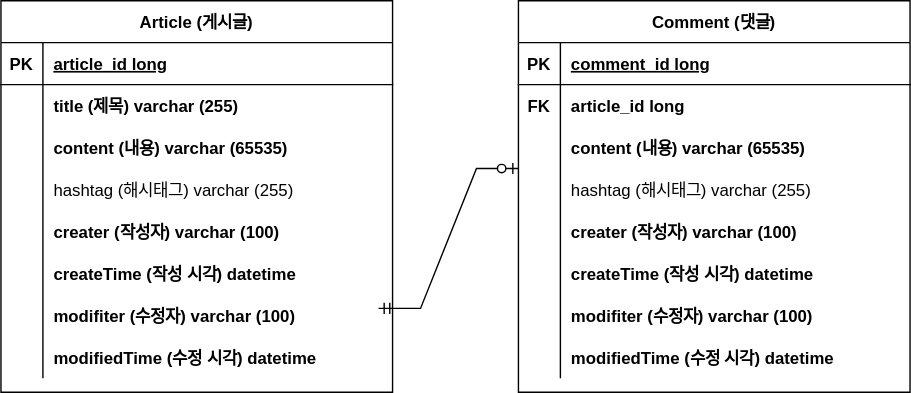
GuardJo/simple-board-project keeps this draw.io diagram as documents/ERD/simple_board_erd.svg. Above is the earlier version. Source tidied: cells renumbered, new cells last; positions are measured from the earlier drawing's top-left corner, leaving out a move shared by most shapes. Source of this version:
```xml
<mxGraphModel>
  <root>
    <mxCell id="0" />
    <mxCell id="1" parent="0" />
    <mxCell id="2" value="Article (게시글)" style="shape=table;startSize=30;rowLines=0;fontStyle=1;align=center;" parent="1" vertex="1">
      <mxGeometry width="280" height="280" as="geometry" />
    </mxCell>
    <mxCell id="3" style="shape=tableRow;horizontal=0;startSize=0;swimlaneHead=0;swimlaneBody=0;fillColor=none;top=0;left=0;right=0;bottom=1;" parent="2" vertex="1">
      <mxGeometry y="30" width="280" height="30" as="geometry" />
    </mxCell>
    <mxCell id="4" value="PK" style="shape=partialRectangle;fillColor=none;top=0;left=0;bottom=0;right=0;fontStyle=1;overflow=hidden;" parent="3" vertex="1">
      <mxGeometry width="30" height="30" as="geometry" />
    </mxCell>
    <mxCell id="5" value="article_id long" style="shape=partialRectangle;fillColor=none;top=0;left=0;bottom=0;right=0;align=left;spacingLeft=6;fontStyle=5;overflow=hidden;" parent="3" vertex="1">
      <mxGeometry x="30" width="250" height="30" as="geometry" />
    </mxCell>
    <mxCell id="6" style="shape=tableRow;horizontal=0;startSize=0;swimlaneHead=0;swimlaneBody=0;fillColor=none;top=0;left=0;right=0;bottom=0;" parent="2" vertex="1">
      <mxGeometry y="60" width="280" height="30" as="geometry" />
    </mxCell>
    <mxCell id="7" style="shape=partialRectangle;fillColor=none;top=0;left=0;bottom=0;right=0;overflow=hidden;" parent="6" vertex="1">
      <mxGeometry width="30" height="30" as="geometry" />
    </mxCell>
    <mxCell id="8" value="title (제목) varchar (255)" style="shape=partialRectangle;fillColor=none;top=0;left=0;bottom=0;right=0;align=left;spacingLeft=6;overflow=hidden;fontStyle=1;" parent="6" vertex="1">
      <mxGeometry x="30" width="250" height="30" as="geometry" />
    </mxCell>
    <mxCell id="9" style="shape=tableRow;horizontal=0;startSize=0;swimlaneHead=0;swimlaneBody=0;fillColor=none;top=0;left=0;right=0;bottom=0;" parent="2" vertex="1">
      <mxGeometry y="90" width="280" height="30" as="geometry" />
    </mxCell>
    <mxCell id="10" style="shape=partialRectangle;fillColor=none;top=0;left=0;bottom=0;right=0;overflow=hidden;" parent="9" vertex="1">
      <mxGeometry width="30" height="30" as="geometry" />
    </mxCell>
    <mxCell id="11" value="content (내용) varchar (65535)" style="shape=partialRectangle;fillColor=none;top=0;left=0;bottom=0;right=0;align=left;spacingLeft=6;overflow=hidden;fontStyle=1;" parent="9" vertex="1">
      <mxGeometry x="30" width="250" height="30" as="geometry" />
    </mxCell>
    <mxCell id="12" style="shape=tableRow;horizontal=0;startSize=0;swimlaneHead=0;swimlaneBody=0;fillColor=none;top=0;left=0;right=0;bottom=0;" parent="2" vertex="1">
      <mxGeometry y="120" width="280" height="30" as="geometry" />
    </mxCell>
    <mxCell id="13" style="shape=partialRectangle;fillColor=none;top=0;left=0;bottom=0;right=0;overflow=hidden;" parent="12" vertex="1">
      <mxGeometry width="30" height="30" as="geometry" />
    </mxCell>
    <mxCell id="14" value="hashtag (해시태그) varchar (255)" style="shape=partialRectangle;fillColor=none;top=0;left=0;bottom=0;right=0;align=left;spacingLeft=6;overflow=hidden;" parent="12" vertex="1">
      <mxGeometry x="30" width="250" height="30" as="geometry" />
    </mxCell>
    <mxCell id="15" style="shape=tableRow;horizontal=0;startSize=0;swimlaneHead=0;swimlaneBody=0;fillColor=none;top=0;left=0;right=0;bottom=0;" parent="2" vertex="1">
      <mxGeometry y="150" width="280" height="30" as="geometry" />
    </mxCell>
    <mxCell id="16" style="shape=partialRectangle;fillColor=none;top=0;left=0;bottom=0;right=0;overflow=hidden;" parent="15" vertex="1">
      <mxGeometry width="30" height="30" as="geometry" />
    </mxCell>
    <mxCell id="17" value="creater (작성자) varchar (100)" style="shape=partialRectangle;fillColor=none;top=0;left=0;bottom=0;right=0;align=left;spacingLeft=6;overflow=hidden;fontStyle=1;" parent="15" vertex="1">
      <mxGeometry x="30" width="250" height="30" as="geometry" />
    </mxCell>
    <mxCell id="18" style="shape=tableRow;horizontal=0;startSize=0;swimlaneHead=0;swimlaneBody=0;fillColor=none;top=0;left=0;right=0;bottom=0;" parent="2" vertex="1">
      <mxGeometry y="180" width="280" height="30" as="geometry" />
    </mxCell>
    <mxCell id="19" style="shape=partialRectangle;fillColor=none;top=0;left=0;bottom=0;right=0;overflow=hidden;" parent="18" vertex="1">
      <mxGeometry width="30" height="30" as="geometry" />
    </mxCell>
    <mxCell id="20" value="createTime (작성 시각) datetime" style="shape=partialRectangle;fillColor=none;top=0;left=0;bottom=0;right=0;align=left;spacingLeft=6;overflow=hidden;fontStyle=1;" parent="18" vertex="1">
      <mxGeometry x="30" width="250" height="30" as="geometry" />
    </mxCell>
    <mxCell id="21" style="shape=tableRow;horizontal=0;startSize=0;swimlaneHead=0;swimlaneBody=0;fillColor=none;top=0;left=0;right=0;bottom=0;" parent="2" vertex="1">
      <mxGeometry y="210" width="280" height="30" as="geometry" />
    </mxCell>
    <mxCell id="22" style="shape=partialRectangle;fillColor=none;top=0;left=0;bottom=0;right=0;overflow=hidden;" parent="21" vertex="1">
      <mxGeometry width="30" height="30" as="geometry" />
    </mxCell>
    <mxCell id="23" value="modifiter (수정자) varchar (100)" style="shape=partialRectangle;fillColor=none;top=0;left=0;bottom=0;right=0;align=left;spacingLeft=6;overflow=hidden;fontStyle=1;" parent="21" vertex="1">
      <mxGeometry x="30" width="250" height="30" as="geometry" />
    </mxCell>
    <mxCell id="24" style="shape=tableRow;horizontal=0;startSize=0;swimlaneHead=0;swimlaneBody=0;fillColor=none;top=0;left=0;right=0;bottom=0;" parent="2" vertex="1">
      <mxGeometry y="240" width="280" height="30" as="geometry" />
    </mxCell>
    <mxCell id="25" style="shape=partialRectangle;fillColor=none;top=0;left=0;bottom=0;right=0;overflow=hidden;" parent="24" vertex="1">
      <mxGeometry width="30" height="30" as="geometry" />
    </mxCell>
    <mxCell id="26" value="modifiedTime (수정 시각) datetime" style="shape=partialRectangle;fillColor=none;top=0;left=0;bottom=0;right=0;align=left;spacingLeft=6;overflow=hidden;fontStyle=1;" parent="24" vertex="1">
      <mxGeometry x="30" width="250" height="30" as="geometry" />
    </mxCell>
    <mxCell id="27" value="Comment (댓글)" style="shape=table;startSize=30;rowLines=0;fontStyle=1;align=center;" parent="1" vertex="1">
      <mxGeometry x="370" width="280" height="280" as="geometry" />
    </mxCell>
    <mxCell id="28" style="shape=tableRow;horizontal=0;startSize=0;swimlaneHead=0;swimlaneBody=0;fillColor=none;top=0;left=0;right=0;bottom=1;" parent="27" vertex="1">
      <mxGeometry y="30" width="280" height="30" as="geometry" />
    </mxCell>
    <mxCell id="29" value="PK" style="shape=partialRectangle;fillColor=none;top=0;left=0;bottom=0;right=0;fontStyle=1;overflow=hidden;" parent="28" vertex="1">
      <mxGeometry width="30" height="30" as="geometry" />
    </mxCell>
    <mxCell id="30" value="comment_id long" style="shape=partialRectangle;fillColor=none;top=0;left=0;bottom=0;right=0;align=left;spacingLeft=6;fontStyle=5;overflow=hidden;" parent="28" vertex="1">
      <mxGeometry x="30" width="250" height="30" as="geometry" />
    </mxCell>
    <mxCell id="31" style="shape=tableRow;horizontal=0;startSize=0;swimlaneHead=0;swimlaneBody=0;fillColor=none;top=0;left=0;right=0;bottom=0;" parent="27" vertex="1">
      <mxGeometry y="60" width="280" height="30" as="geometry" />
    </mxCell>
    <mxCell id="32" value="FK" style="shape=partialRectangle;fillColor=none;top=0;left=0;bottom=0;right=0;overflow=hidden;fontStyle=1;" parent="31" vertex="1">
      <mxGeometry width="30" height="30" as="geometry" />
    </mxCell>
    <mxCell id="33" value="article_id long" style="shape=partialRectangle;fillColor=none;top=0;left=0;bottom=0;right=0;align=left;spacingLeft=6;overflow=hidden;fontStyle=1;" parent="31" vertex="1">
      <mxGeometry x="30" width="250" height="30" as="geometry" />
    </mxCell>
    <mxCell id="34" style="shape=tableRow;horizontal=0;startSize=0;swimlaneHead=0;swimlaneBody=0;fillColor=none;top=0;left=0;right=0;bottom=0;" parent="27" vertex="1">
      <mxGeometry y="90" width="280" height="30" as="geometry" />
    </mxCell>
    <mxCell id="35" style="shape=partialRectangle;fillColor=none;top=0;left=0;bottom=0;right=0;overflow=hidden;" parent="34" vertex="1">
      <mxGeometry width="30" height="30" as="geometry" />
    </mxCell>
    <mxCell id="36" value="content (내용) varchar (65535)" style="shape=partialRectangle;fillColor=none;top=0;left=0;bottom=0;right=0;align=left;spacingLeft=6;overflow=hidden;fontStyle=1;" parent="34" vertex="1">
      <mxGeometry x="30" width="250" height="30" as="geometry" />
    </mxCell>
    <mxCell id="37" style="shape=tableRow;horizontal=0;startSize=0;swimlaneHead=0;swimlaneBody=0;fillColor=none;top=0;left=0;right=0;bottom=0;" parent="27" vertex="1">
      <mxGeometry y="120" width="280" height="30" as="geometry" />
    </mxCell>
    <mxCell id="38" style="shape=partialRectangle;fillColor=none;top=0;left=0;bottom=0;right=0;overflow=hidden;" parent="37" vertex="1">
      <mxGeometry width="30" height="30" as="geometry" />
    </mxCell>
    <mxCell id="39" value="hashtag (해시태그) varchar (255)" style="shape=partialRectangle;fillColor=none;top=0;left=0;bottom=0;right=0;align=left;spacingLeft=6;overflow=hidden;" parent="37" vertex="1">
      <mxGeometry x="30" width="250" height="30" as="geometry" />
    </mxCell>
    <mxCell id="40" style="shape=tableRow;horizontal=0;startSize=0;swimlaneHead=0;swimlaneBody=0;fillColor=none;top=0;left=0;right=0;bottom=0;" parent="27" vertex="1">
      <mxGeometry y="150" width="280" height="30" as="geometry" />
    </mxCell>
    <mxCell id="41" style="shape=partialRectangle;fillColor=none;top=0;left=0;bottom=0;right=0;overflow=hidden;" parent="40" vertex="1">
      <mxGeometry width="30" height="30" as="geometry" />
    </mxCell>
    <mxCell id="42" value="creater (작성자) varchar (100)" style="shape=partialRectangle;fillColor=none;top=0;left=0;bottom=0;right=0;align=left;spacingLeft=6;overflow=hidden;fontStyle=1;" parent="40" vertex="1">
      <mxGeometry x="30" width="250" height="30" as="geometry" />
    </mxCell>
    <mxCell id="43" style="shape=tableRow;horizontal=0;startSize=0;swimlaneHead=0;swimlaneBody=0;fillColor=none;top=0;left=0;right=0;bottom=0;" parent="27" vertex="1">
      <mxGeometry y="180" width="280" height="30" as="geometry" />
    </mxCell>
    <mxCell id="44" style="shape=partialRectangle;fillColor=none;top=0;left=0;bottom=0;right=0;overflow=hidden;" parent="43" vertex="1">
      <mxGeometry width="30" height="30" as="geometry" />
    </mxCell>
    <mxCell id="45" value="createTime (작성 시각) datetime" style="shape=partialRectangle;fillColor=none;top=0;left=0;bottom=0;right=0;align=left;spacingLeft=6;overflow=hidden;fontStyle=1;" parent="43" vertex="1">
      <mxGeometry x="30" width="250" height="30" as="geometry" />
    </mxCell>
    <mxCell id="46" style="shape=tableRow;horizontal=0;startSize=0;swimlaneHead=0;swimlaneBody=0;fillColor=none;top=0;left=0;right=0;bottom=0;" parent="27" vertex="1">
      <mxGeometry y="210" width="280" height="30" as="geometry" />
    </mxCell>
    <mxCell id="47" style="shape=partialRectangle;fillColor=none;top=0;left=0;bottom=0;right=0;overflow=hidden;" parent="46" vertex="1">
      <mxGeometry width="30" height="30" as="geometry" />
    </mxCell>
    <mxCell id="48" value="modifiter (수정자) varchar (100)" style="shape=partialRectangle;fillColor=none;top=0;left=0;bottom=0;right=0;align=left;spacingLeft=6;overflow=hidden;fontStyle=1;" parent="46" vertex="1">
      <mxGeometry x="30" width="250" height="30" as="geometry" />
    </mxCell>
    <mxCell id="49" style="shape=tableRow;horizontal=0;startSize=0;swimlaneHead=0;swimlaneBody=0;fillColor=none;top=0;left=0;right=0;bottom=0;" parent="27" vertex="1">
      <mxGeometry y="240" width="280" height="30" as="geometry" />
    </mxCell>
    <mxCell id="50" style="shape=partialRectangle;fillColor=none;top=0;left=0;bottom=0;right=0;overflow=hidden;" parent="49" vertex="1">
      <mxGeometry width="30" height="30" as="geometry" />
    </mxCell>
    <mxCell id="51" value="modifiedTime (수정 시각) datetime" style="shape=partialRectangle;fillColor=none;top=0;left=0;bottom=0;right=0;align=left;spacingLeft=6;overflow=hidden;fontStyle=1;" parent="49" vertex="1">
      <mxGeometry x="30" width="250" height="30" as="geometry" />
    </mxCell>
    <mxCell id="52" style="edgeStyle=entityRelationEdgeStyle;fontSize=12;html=1;endArrow=ERzeroToOne;startArrow=ERmandOne;rounded=0;" parent="1" edge="1">
      <mxGeometry relative="1" as="geometry">
        <mxPoint x="270" y="220" as="sourcePoint" />
        <mxPoint x="370" y="120" as="targetPoint" />
      </mxGeometry>
    </mxCell>
  </root>
</mxGraphModel>
```
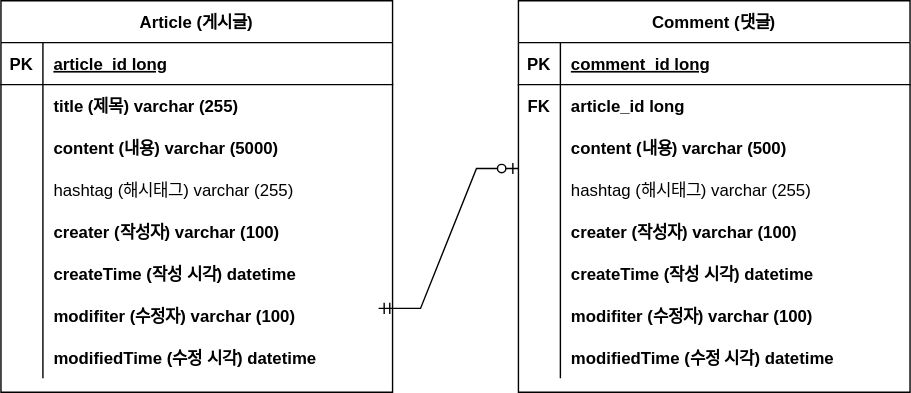
After the commit.

Commit message:
simple-board-project #12 Article entity 구현

- 기생성된 Article 도메인 객체를 entity화
- index 설정
-- 원활한 index 설정을 위해 content size 변경
- 각 column 설정 반영
- Jpa 설정 관련 클래스 생성
-- JpaAuditing 설정 추가

What changed in the source:
```diff
@@ -29,7 +29,7 @@
     <mxCell id="10" style="shape=partialRectangle;fillColor=none;top=0;left=0;bottom=0;right=0;overflow=hidden;" parent="9" vertex="1">
       <mxGeometry width="30" height="30" as="geometry" />
     </mxCell>
-    <mxCell id="11" value="content (내용) varchar (65535)" style="shape=partialRectangle;fillColor=none;top=0;left=0;bottom=0;right=0;align=left;spacingLeft=6;overflow=hidden;fontStyle=1;" parent="9" vertex="1">
+    <mxCell id="11" value="content (내용) varchar (5000)" style="shape=partialRectangle;fillColor=none;top=0;left=0;bottom=0;right=0;align=left;spacingLeft=6;overflow=hidden;fontStyle=1;" parent="9" vertex="1">
       <mxGeometry x="30" width="250" height="30" as="geometry" />
     </mxCell>
     <mxCell id="12" style="shape=tableRow;horizontal=0;startSize=0;swimlaneHead=0;swimlaneBody=0;fillColor=none;top=0;left=0;right=0;bottom=0;" parent="2" vertex="1">
@@ -104,7 +104,7 @@
     <mxCell id="35" style="shape=partialRectangle;fillColor=none;top=0;left=0;bottom=0;right=0;overflow=hidden;" parent="34" vertex="1">
       <mxGeometry width="30" height="30" as="geometry" />
     </mxCell>
-    <mxCell id="36" value="content (내용) varchar (65535)" style="shape=partialRectangle;fillColor=none;top=0;left=0;bottom=0;right=0;align=left;spacingLeft=6;overflow=hidden;fontStyle=1;" parent="34" vertex="1">
+    <mxCell id="36" value="content (내용) varchar (500)" style="shape=partialRectangle;fillColor=none;top=0;left=0;bottom=0;right=0;align=left;spacingLeft=6;overflow=hidden;fontStyle=1;" parent="34" vertex="1">
       <mxGeometry x="30" width="250" height="30" as="geometry" />
     </mxCell>
     <mxCell id="37" style="shape=tableRow;horizontal=0;startSize=0;swimlaneHead=0;swimlaneBody=0;fillColor=none;top=0;left=0;right=0;bottom=0;" parent="27" vertex="1">
```
